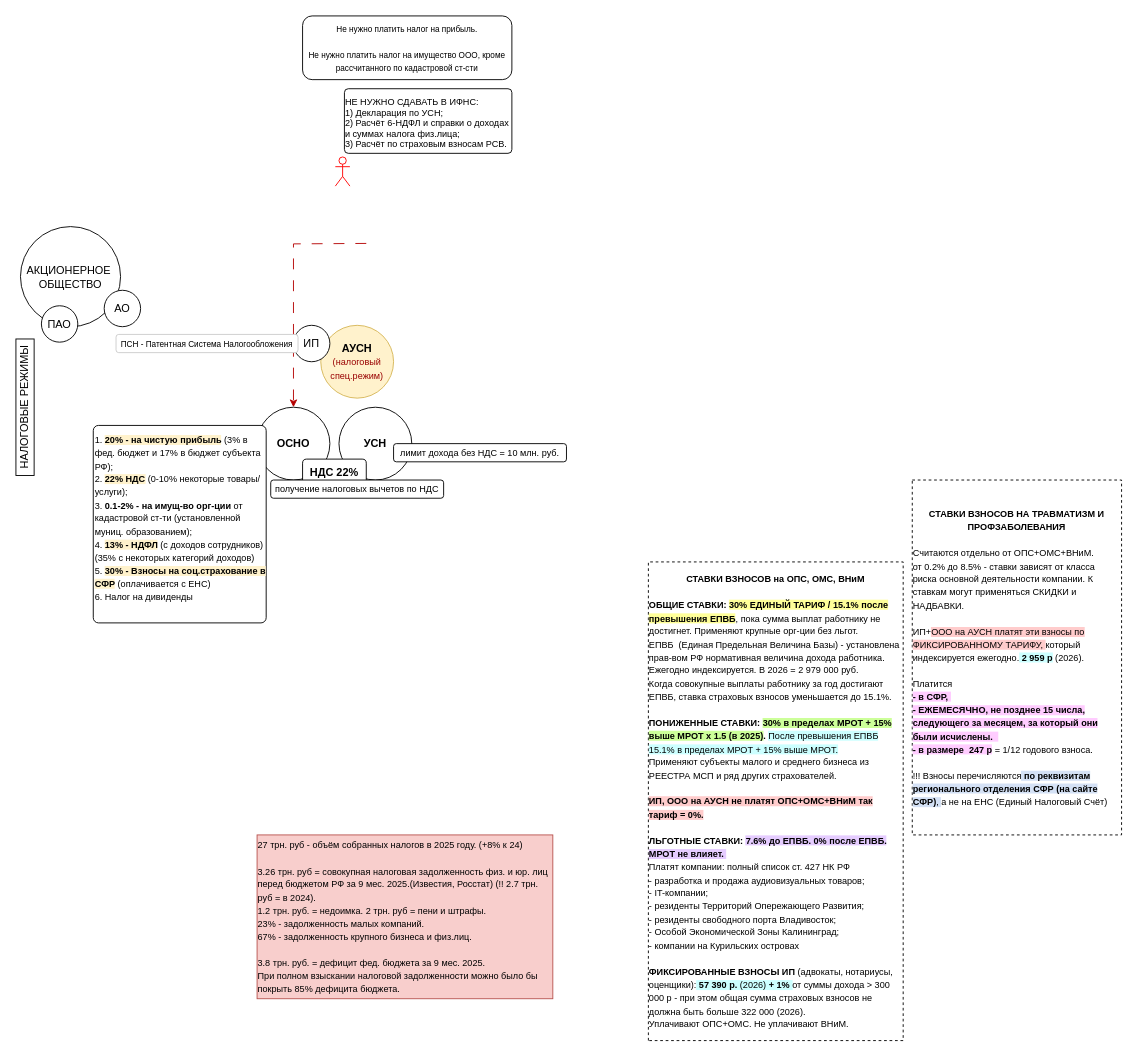
youarereef/mmaps keeps this draw.io diagram as АУСН.drawio. Above is the earlier version. Source tidied: cells renumbered, new cells numbered last; positions are measured from the earlier drawing's top-left corner, leaving out a move shared by most shapes. Both pictures are drawn from the tidied source at 91%, with x=0, y=0 at pixel (-44, 15).
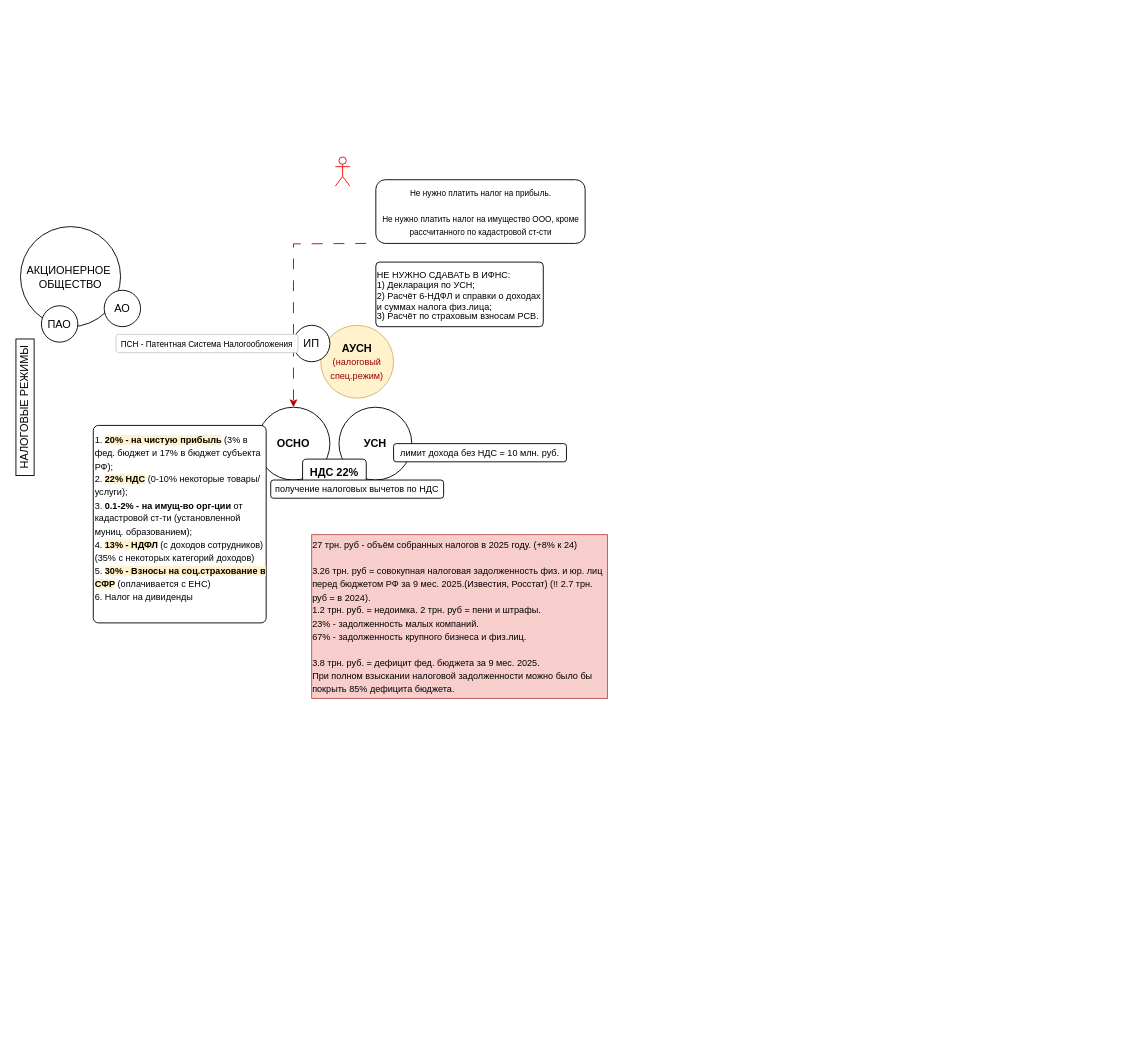
The same page after the edit.

Diff of the diagram source:
```diff
@@
     <mxCell id="13" value="&lt;div style=&quot;line-height: 100%;&quot;&gt;&lt;div style=&quot;text-align: left;&quot;&gt;&lt;font style=&quot;font-size: 10px; line-height: 100%;&quot;&gt;НЕ НУЖНО СДАВАТЬ В ИФНС:&lt;/font&gt;&lt;/div&gt;&lt;div style=&quot;text-align: left;&quot;&gt;&lt;font style=&quot;font-size: 10px; line-height: 100%;&quot;&gt;1) Декларация по УСН;&lt;/font&gt;&lt;/div&gt;&lt;div&gt;&lt;div style=&quot;text-align: left;&quot;&gt;&lt;span style=&quot;font-size: 10px; background-color: transparent; color: light-dark(rgb(0, 0, 0), rgb(255, 255, 255)); line-height: 100%;&quot;&gt;2) Расчёт 6-НДФЛ и справки о доходах и суммах налога физ.лица;&lt;/span&gt;&lt;/div&gt;&lt;font style=&quot;font-size: 10px; line-height: 100%;&quot;&gt;&lt;div style=&quot;text-align: left;&quot;&gt;&lt;span style=&quot;background-color: transparent; color: light-dark(rgb(0, 0, 0), rgb(255, 255, 255));&quot;&gt;3) Расчёт по страховым взносам РСВ.&lt;/span&gt;&lt;/div&gt;&lt;/font&gt;&lt;/div&gt;&lt;/div&gt;" style="rounded=1;whiteSpace=wrap;html=1;arcSize=6;" parent="1" vertex="1">
-      <mxGeometry x="426" y="80" width="184" height="71" as="geometry" />
+      <mxGeometry x="460.5" y="270.5" width="184" height="71" as="geometry" />
     </mxCell>
     <mxCell id="14" value="&lt;font style=&quot;font-size: 9px;&quot;&gt;Не нужно платить налог на прибыль.&lt;/font&gt;&lt;div&gt;&lt;font style=&quot;font-size: 9px;&quot;&gt;&lt;br&gt;&lt;/font&gt;&lt;/div&gt;&lt;div&gt;&lt;font style=&quot;font-size: 9px;&quot;&gt;Не нужно платить налог на имущество ООО, кроме рассчитанного по кадастровой ст-сти&lt;/font&gt;&lt;/div&gt;" style="rounded=1;whiteSpace=wrap;html=1;" parent="1" vertex="1">
-      <mxGeometry x="380" width="230" height="70" as="geometry" />
+      <mxGeometry x="460.5" y="180" width="230" height="70" as="geometry" />
     </mxCell>
@@
-    <mxCell id="19" value="&lt;font style=&quot;font-size: 10px;&quot;&gt;&lt;b&gt;СТАВКИ ВЗНОСОВ на ОПС, ОМС, ВНиМ&lt;/b&gt;&lt;/font&gt;&lt;div&gt;&lt;span style=&quot;font-size: 10px;&quot;&gt;&lt;b&gt;&lt;br&gt;&lt;/b&gt;&lt;/span&gt;&lt;div style=&quot;text-align: left;&quot;&gt;&lt;font style=&quot;font-size: 10px;&quot;&gt;&lt;b&gt;ОБЩИЕ СТАВКИ: &lt;span style=&quot;background-color: rgb(255, 255, 153);&quot;&gt;30% ЕДИНЫЙ ТАРИФ / 15.1% после превышения ЕПВБ&lt;/span&gt;&lt;/b&gt;, пока сумма выплат работнику не достигнет. Применяют крупные орг-ции без льгот.&lt;/font&gt;&lt;/div&gt;&lt;div style=&quot;text-align: left;&quot;&gt;&lt;font style=&quot;font-size: 10px;&quot;&gt;ЕПВБ&amp;nbsp;&lt;/font&gt;&lt;span style=&quot;font-size: 10px; background-color: transparent; color: light-dark(rgb(0, 0, 0), rgb(255, 255, 255));&quot;&gt;&amp;nbsp;&lt;/span&gt;&lt;span style=&quot;font-size: 10px; background-color: transparent; color: light-dark(rgb(0, 0, 0), rgb(255, 255, 255));&quot;&gt;(Единая Предельная Величина Базы)&lt;/span&gt;&lt;span style=&quot;font-size: 10px; background-color: transparent; color: light-dark(rgb(0, 0, 0), rgb(255, 255, 255));&quot;&gt;&amp;nbsp;- установлена прав-вом РФ нормативная величина дохода работника.&amp;nbsp;&lt;/span&gt;&lt;/div&gt;&lt;div style=&quot;text-align: left;&quot;&gt;&lt;span style=&quot;font-size: 10px; background-color: transparent; color: light-dark(rgb(0, 0, 0), rgb(255, 255, 255));&quot;&gt;Ежегодно индексируется. В 2026 = 2 979 000 руб.&lt;/span&gt;&lt;/div&gt;&lt;div style=&quot;text-align: left;&quot;&gt;&lt;font style=&quot;font-size: 10px;&quot;&gt;Когда совокупные выплаты работнику за год достигают ЕПВБ, ставка страховых взносов уменьшается до 15.1%.&lt;/font&gt;&lt;/div&gt;&lt;div style=&quot;text-align: left;&quot;&gt;&lt;font style=&quot;font-size: 10px;&quot;&gt;&lt;br&gt;&lt;/font&gt;&lt;/div&gt;&lt;div style=&quot;text-align: left;&quot;&gt;&lt;font style=&quot;font-size: 10px;&quot;&gt;&lt;b&gt;ПОНИЖЕННЫЕ СТАВКИ:&lt;/b&gt; &lt;b&gt;&lt;span style=&quot;background-color: rgb(204, 255, 153);&quot;&gt;30% в пределах МРОТ + 15% выше МРОТ х 1.5 (в 2025)&lt;/span&gt;.&lt;/b&gt;&amp;nbsp;&lt;span style=&quot;background-color: rgb(204, 255, 255);&quot;&gt;После превышения ЕПВБ 15.1% в пределах МРОТ + 15% выше МРОТ.&lt;/span&gt;&lt;/font&gt;&lt;/div&gt;&lt;div style=&quot;text-align: left;&quot;&gt;&lt;font style=&quot;font-size: 10px;&quot;&gt;Применяют субъекты малого и среднего бизнеса из РЕЕСТРА МСП и ряд других страхователей.&amp;nbsp;&lt;/font&gt;&lt;/div&gt;&lt;div style=&quot;text-align: left;&quot;&gt;&lt;font style=&quot;font-size: 10px;&quot;&gt;&lt;br&gt;&lt;/font&gt;&lt;/div&gt;&lt;div style=&quot;text-align: left;&quot;&gt;&lt;font style=&quot;font-size: 10px; background-color: rgb(255, 204, 204);&quot;&gt;&lt;b&gt;ИП, ООО на АУСН не платят ОПС+ОМС+ВНиМ так тариф = 0%.&lt;/b&gt;&lt;/font&gt;&lt;/div&gt;&lt;/div&gt;&lt;div style=&quot;text-align: left;&quot;&gt;&lt;font style=&quot;font-size: 10px;&quot;&gt;&lt;br&gt;&lt;/font&gt;&lt;/div&gt;&lt;div style=&quot;text-align: left;&quot;&gt;&lt;font style=&quot;font-size: 10px;&quot;&gt;&lt;b&gt;ЛЬГОТНЫЕ СТАВКИ: &lt;span style=&quot;background-color: rgb(229, 204, 255);&quot;&gt;7.6% до ЕПВБ. 0% после ЕПВБ. МРОТ не влияет.&amp;nbsp;&lt;/span&gt;&lt;/b&gt;&lt;/font&gt;&lt;/div&gt;&lt;div style=&quot;text-align: left;&quot;&gt;&lt;font style=&quot;font-size: 10px;&quot;&gt;Платят компании: полный список ст. 427 НК РФ&lt;/font&gt;&lt;/div&gt;&lt;div style=&quot;text-align: left;&quot;&gt;&lt;font style=&quot;font-size: 10px;&quot;&gt;- разработка и продажа аудиовизуальных товаров;&lt;/font&gt;&lt;/div&gt;&lt;div style=&quot;text-align: left;&quot;&gt;&lt;font style=&quot;font-size: 10px;&quot;&gt;- IT-компании;&lt;/font&gt;&lt;/div&gt;&lt;div style=&quot;text-align: left;&quot;&gt;&lt;font style=&quot;font-size: 10px;&quot;&gt;- резиденты Территорий Опережающего Развития;&lt;/font&gt;&lt;/div&gt;&lt;div style=&quot;text-align: left;&quot;&gt;&lt;span style=&quot;font-size: 10px; background-color: transparent; color: light-dark(rgb(0, 0, 0), rgb(255, 255, 255));&quot;&gt;- резиденты свободного порта Владивосток;&lt;/span&gt;&lt;/div&gt;&lt;div style=&quot;text-align: left;&quot;&gt;&lt;span style=&quot;font-size: 10px; background-color: transparent; color: light-dark(rgb(0, 0, 0), rgb(255, 255, 255));&quot;&gt;- Особой Экономической Зоны Калининград;&lt;/span&gt;&lt;/div&gt;&lt;div style=&quot;text-align: left;&quot;&gt;&lt;span style=&quot;font-size: 10px; background-color: transparent; color: light-dark(rgb(0, 0, 0), rgb(255, 255, 255));&quot;&gt;- компании на Курильских островах&amp;nbsp;&lt;/span&gt;&lt;/div&gt;&lt;div style=&quot;text-align: left;&quot;&gt;&lt;span style=&quot;font-size: 10px; background-color: transparent; color: light-dark(rgb(0, 0, 0), rgb(255, 255, 255));&quot;&gt;&lt;br&gt;&lt;/span&gt;&lt;/div&gt;&lt;div style=&quot;text-align: left;&quot;&gt;&lt;span style=&quot;font-size: 10px; background-color: transparent; color: light-dark(rgb(0, 0, 0), rgb(255, 255, 255));&quot;&gt;&lt;b&gt;ФИКСИРОВАННЫЕ ВЗНОСЫ ИП&lt;/b&gt; (адвокаты, нотариусы, оценщики):&lt;/span&gt;&lt;span style=&quot;font-size: 10px; color: light-dark(rgb(0, 0, 0), rgb(255, 255, 255)); background-color: rgb(204, 255, 255);&quot;&gt; &lt;b style=&quot;&quot;&gt;57 390 р. &lt;/b&gt;(2026)&lt;b style=&quot;&quot;&gt; + 1%&lt;/b&gt; &lt;/span&gt;&lt;span style=&quot;font-size: 10px; background-color: transparent; color: light-dark(rgb(0, 0, 0), rgb(255, 255, 255));&quot;&gt;от суммы дохода &amp;gt; 300 000 р - при этом общая сумма страховых взносов не должна быть больше 322 000 (2026).&amp;nbsp;&lt;/span&gt;&lt;/div&gt;&lt;div style=&quot;text-align: left;&quot;&gt;&lt;span style=&quot;font-size: 10px; background-color: transparent; color: light-dark(rgb(0, 0, 0), rgb(255, 255, 255));&quot;&gt;Уплачивают ОПС+ОМС. Не уплачивают ВНиМ.&lt;/span&gt;&lt;/div&gt;" style="shape=parallelogram;perimeter=parallelogramPerimeter;whiteSpace=wrap;html=1;fixedSize=1;size=-15;dashed=1;" parent="1" vertex="1">
-      <mxGeometry x="760" y="600" width="280" height="526" as="geometry" />
-    </mxCell>
-    <mxCell id="20" value="&lt;font style=&quot;font-size: 10px;&quot;&gt;&lt;b&gt;СТАВКИ ВЗНОСОВ НА ТРАВМАТИЗМ И ПРОФЗАБОЛЕВАНИЯ&lt;/b&gt;&lt;/font&gt;&lt;div&gt;&lt;font style=&quot;font-size: 10px;&quot;&gt;&lt;br&gt;&lt;/font&gt;&lt;/div&gt;&lt;div style=&quot;text-align: left;&quot;&gt;&lt;span style=&quot;font-size: 10px;&quot;&gt;Считаются отдельно от ОПС+ОМС+ВНиМ.&lt;/span&gt;&lt;/div&gt;&lt;div style=&quot;text-align: left;&quot;&gt;&lt;span style=&quot;font-size: 10px;&quot;&gt;от 0.2% до 8.5% - ставки зависят от класса риска основной деятельности компании. К ставкам могут применяться СКИДКИ и НАДБАВКИ.&lt;/span&gt;&lt;/div&gt;&lt;div style=&quot;text-align: left;&quot;&gt;&lt;span style=&quot;font-size: 10px;&quot;&gt;&lt;br&gt;&lt;/span&gt;&lt;/div&gt;&lt;div style=&quot;text-align: left;&quot;&gt;&lt;span style=&quot;font-size: 10px;&quot;&gt;ИП+&lt;span style=&quot;background-color: rgb(255, 204, 204);&quot;&gt;ООО на АУСН платят эти взносы по ФИКСИРОВАННОМУ ТАРИФУ, &lt;/span&gt;который индексируется ежегодно.&lt;b style=&quot;background-color: rgb(204, 255, 255);&quot;&gt; 2 959 р&lt;/b&gt; (2026).&lt;/span&gt;&lt;/div&gt;&lt;div style=&quot;text-align: left;&quot;&gt;&lt;span style=&quot;font-size: 10px;&quot;&gt;&lt;br&gt;&lt;/span&gt;&lt;/div&gt;&lt;div style=&quot;text-align: left;&quot;&gt;&lt;span style=&quot;font-size: 10px;&quot;&gt;Платится&amp;nbsp;&lt;/span&gt;&lt;/div&gt;&lt;div style=&quot;text-align: left;&quot;&gt;&lt;span style=&quot;font-size: 10px;&quot;&gt;&lt;b style=&quot;background-color: rgb(255, 204, 255);&quot;&gt;- в СФР,&amp;nbsp;&lt;/b&gt;&lt;/span&gt;&lt;/div&gt;&lt;div style=&quot;text-align: left;&quot;&gt;&lt;span style=&quot;font-size: 10px;&quot;&gt;&lt;b style=&quot;background-color: rgb(255, 204, 255);&quot;&gt;- ЕЖЕМЕСЯЧНО, не позднее 15 числа, следующего за месяцем, за который они были исчислены.&amp;nbsp;&amp;nbsp;&lt;/b&gt;&lt;/span&gt;&lt;/div&gt;&lt;div style=&quot;text-align: left;&quot;&gt;&lt;span style=&quot;font-size: 10px;&quot;&gt;&lt;b style=&quot;background-color: rgb(255, 204, 255);&quot;&gt;- в размере&amp;nbsp; 247 р&lt;/b&gt; = 1/12 годового взноса.&lt;/span&gt;&lt;/div&gt;&lt;div style=&quot;text-align: left;&quot;&gt;&lt;span style=&quot;font-size: 10px;&quot;&gt;&lt;br&gt;&lt;/span&gt;&lt;/div&gt;&lt;div style=&quot;text-align: left;&quot;&gt;&lt;span style=&quot;font-size: 10px;&quot;&gt;!!! Взносы перечисляются&lt;span style=&quot;background-color: rgb(212, 225, 245);&quot;&gt; &lt;b style=&quot;&quot;&gt;по реквизитам регионального отделения СФР (на сайте СФР)&lt;/b&gt;, &lt;/span&gt;а не на ЕНС (Единый Налоговый Счёт)&lt;/span&gt;&lt;/div&gt;" style="rounded=0;whiteSpace=wrap;html=1;dashed=1;" parent="1" vertex="1">
-      <mxGeometry x="1050" y="510" width="230" height="390" as="geometry" />
-    </mxCell>
     <mxCell id="21" value="&lt;div style=&quot;text-align: left;&quot;&gt;&lt;font style=&quot;font-size: 10px;&quot;&gt;27 трн. руб - объём собранных налогов в 2025 году. (+8% к 24)&lt;/font&gt;&lt;/div&gt;&lt;div style=&quot;text-align: left;&quot;&gt;&lt;span style=&quot;background-color: transparent; color: light-dark(rgb(0, 0, 0), rgb(255, 255, 255));&quot;&gt;&lt;font style=&quot;font-size: 10px;&quot;&gt;&lt;br&gt;&lt;/font&gt;&lt;/span&gt;&lt;/div&gt;&lt;div style=&quot;text-align: left;&quot;&gt;&lt;font style=&quot;font-size: 10px;&quot;&gt;&lt;span style=&quot;background-color: transparent; color: light-dark(rgb(0, 0, 0), rgb(255, 255, 255));&quot;&gt;3.26 трн. руб = совокупная налоговая задолженность физ. и юр. лиц перед бюджетом РФ за &lt;/span&gt;&lt;span style=&quot;background-color: transparent; color: light-dark(rgb(0, 0, 0), rgb(255, 255, 255));&quot;&gt;9 мес. 2025.(Известия, Росстат) (!!&amp;nbsp;&lt;/span&gt;&lt;span style=&quot;background-color: transparent; color: light-dark(rgb(0, 0, 0), rgb(255, 255, 255));&quot;&gt;2.7 трн. руб = в 2024).&lt;/span&gt;&lt;/font&gt;&lt;/div&gt;&lt;div style=&quot;text-align: left;&quot;&gt;&lt;span style=&quot;background-color: transparent; color: light-dark(rgb(0, 0, 0), rgb(255, 255, 255));&quot;&gt;&lt;font style=&quot;font-size: 10px;&quot;&gt;1.2 трн. руб. = недоимка. 2 трн. руб = пени и штрафы.&lt;/font&gt;&lt;/span&gt;&lt;/div&gt;&lt;div style=&quot;text-align: left;&quot;&gt;&lt;span style=&quot;background-color: transparent; color: light-dark(rgb(0, 0, 0), rgb(255, 255, 255));&quot;&gt;&lt;font style=&quot;font-size: 10px;&quot;&gt;23% - задолженность малых компаний.&lt;/font&gt;&lt;/span&gt;&lt;/div&gt;&lt;div style=&quot;text-align: left;&quot;&gt;&lt;span style=&quot;background-color: transparent; color: light-dark(rgb(0, 0, 0), rgb(255, 255, 255));&quot;&gt;&lt;font style=&quot;font-size: 10px;&quot;&gt;67% - задолженность крупного бизнеса и физ.лиц.&lt;/font&gt;&lt;/span&gt;&lt;/div&gt;&lt;div style=&quot;text-align: left;&quot;&gt;&lt;span style=&quot;background-color: transparent; color: light-dark(rgb(0, 0, 0), rgb(255, 255, 255));&quot;&gt;&lt;font style=&quot;font-size: 10px;&quot;&gt;&lt;br&gt;&lt;/font&gt;&lt;/span&gt;&lt;/div&gt;&lt;div style=&quot;text-align: left;&quot;&gt;&lt;span style=&quot;background-color: transparent; color: light-dark(rgb(0, 0, 0), rgb(255, 255, 255));&quot;&gt;&lt;font style=&quot;font-size: 10px;&quot;&gt;3.8 трн. руб. = дефицит фед. бюджета за 9 мес. 2025.&lt;/font&gt;&lt;/span&gt;&lt;/div&gt;&lt;div style=&quot;text-align: left;&quot;&gt;&lt;span style=&quot;background-color: transparent; color: light-dark(rgb(0, 0, 0), rgb(255, 255, 255));&quot;&gt;&lt;font style=&quot;font-size: 10px;&quot;&gt;При полном взыскании налоговой задолженности можно было бы покрыть 85% дефицита бюджета.&lt;/font&gt;&lt;/span&gt;&lt;/div&gt;" style="rounded=0;whiteSpace=wrap;html=1;strokeColor=#b85450;fillColor=#f8cecc;" parent="1" vertex="1">
-      <mxGeometry x="330" y="900" width="325" height="180" as="geometry" />
+      <mxGeometry x="390" y="570" width="325" height="180" as="geometry" />
     </mxCell>
```
